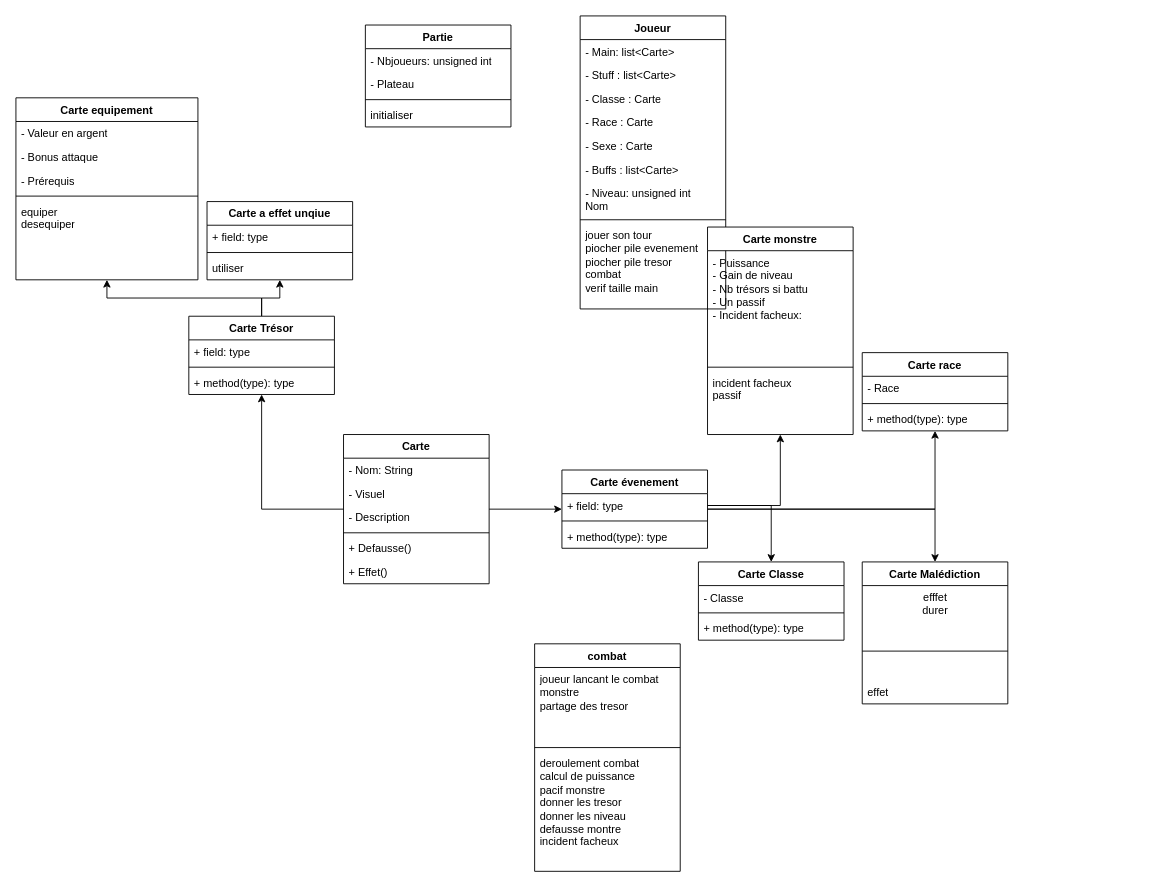
hugoallaine/AP4B_Project keeps this draw.io diagram as Diagramme classe.drawio. Above is the earlier version. Source tidied: cells renumbered, new cells numbered last; positions are measured from the earlier drawing's top-left corner, leaving out a move shared by most shapes. Both pictures are drawn from the tidied source at 91%, with x=0, y=0 at pixel (15, 15).
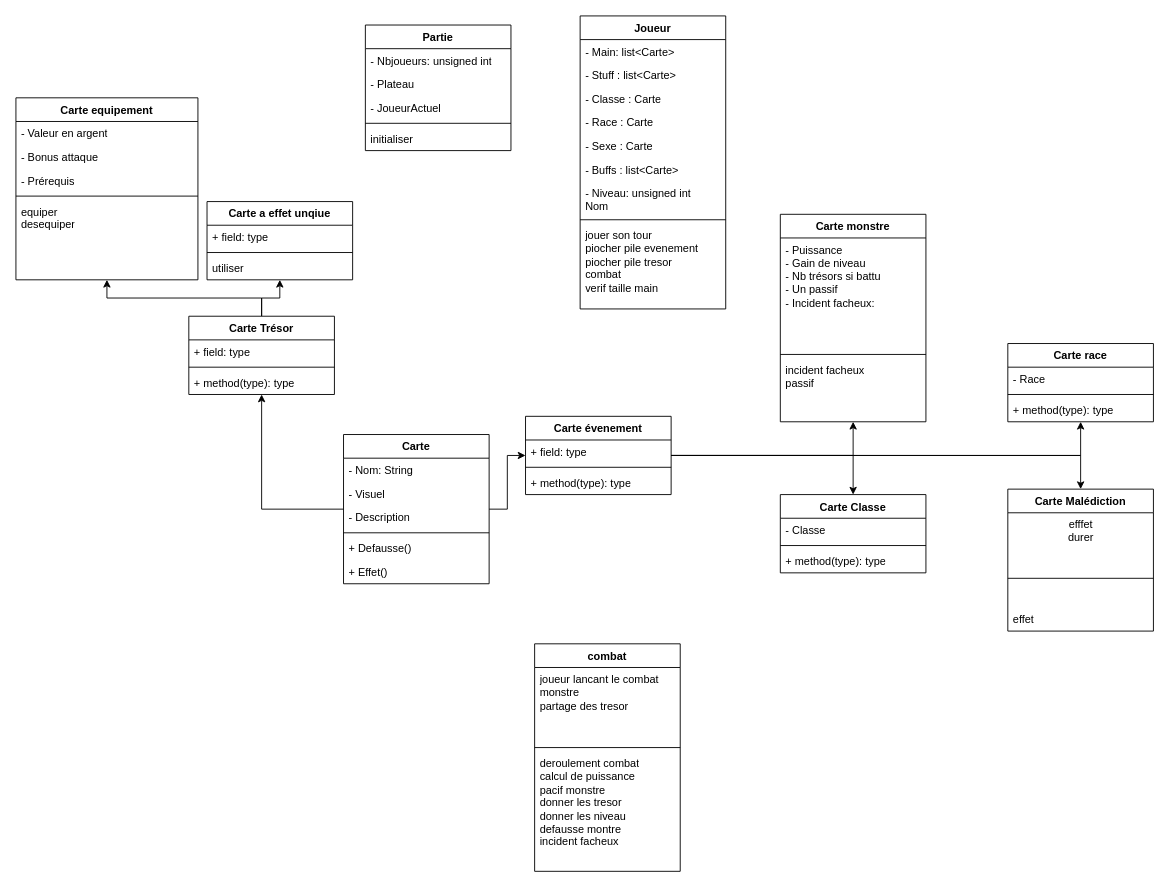
Above is the later version.

The change refers to these unchanged cells:
```xml
<mxCell id="45" value="+ field: type" style="text;strokeColor=none;fillColor=none;align=left;verticalAlign=top;spacingLeft=4;spacingRight=4;overflow=hidden;points=[[0,0.5],[1,0.5]];portConstraint=eastwest;whiteSpace=wrap;html=1;" parent="44" vertex="1">
  <mxGeometry y="26" width="160" height="26" as="geometry" />
</mxCell>
```

The edit, as a diff of the source:
```diff
@@
     <mxCell id="2" value="Partie" style="swimlane;fontStyle=1;align=center;verticalAlign=top;horizontal=1;startSize=26;whiteSpace=wrap;html=1;" parent="1" vertex="1">
-      <mxGeometry x="384" y="10" width="160" height="112" as="geometry" />
+      <mxGeometry x="384" y="10" width="160" height="138" as="geometry" />
     </mxCell>
@@
+    <mxCell id="70" value="- JoueurActuel" style="text;strokeColor=none;fillColor=none;align=left;verticalAlign=top;spacingLeft=4;spacingRight=4;overflow=hidden;whiteSpace=wrap;html=1;" parent="2" vertex="1">
+      <mxGeometry y="78" width="160" height="26" as="geometry" />
+    </mxCell>
     <mxCell id="5" style="line;strokeWidth=1;fillColor=none;align=left;verticalAlign=middle;spacingTop=-1;spacingLeft=3;spacingRight=3;labelPosition=right;strokeColor=inherit;" parent="2" vertex="1">
-      <mxGeometry y="78" width="160" height="8" as="geometry" />
+      <mxGeometry y="104" width="160" height="8" as="geometry" />
     </mxCell>
     <mxCell id="6" value="&lt;div&gt;initialiser&lt;/div&gt;&lt;div&gt;&lt;br&gt;&lt;/div&gt;" style="text;strokeColor=none;fillColor=none;align=left;verticalAlign=top;spacingLeft=4;spacingRight=4;overflow=hidden;whiteSpace=wrap;html=1;" parent="2" vertex="1">
-      <mxGeometry y="86" width="160" height="26" as="geometry" />
+      <mxGeometry y="112" width="160" height="26" as="geometry" />
     </mxCell>
@@
+    <mxCell id="71" style="edgeStyle=orthogonalEdgeStyle;rounded=0;jettySize=auto;html=1;entryX=0.5;entryY=0;entryDx=0;entryDy=0;" parent="1" edge="1" source="44" target="56">
+      <mxGeometry relative="1" as="geometry" />
+    </mxCell>
+    <mxCell id="72" style="edgeStyle=orthogonalEdgeStyle;rounded=0;jettySize=auto;html=1;" parent="1" edge="1" source="44" target="48">
+      <mxGeometry relative="1" as="geometry">
+        <Array as="points">
+          <mxPoint x="920" y="483" />
+        </Array>
+      </mxGeometry>
+    </mxCell>
+    <mxCell id="43" style="edgeStyle=orthogonalEdgeStyle;rounded=0;jettySize=auto;html=1;" parent="1" edge="1" source="44" target="60">
+      <mxGeometry relative="1" as="geometry">
+        <Array as="points">
+          <mxPoint x="1170" y="483" />
+        </Array>
+      </mxGeometry>
+    </mxCell>
     <mxCell id="42" style="edgeStyle=orthogonalEdgeStyle;rounded=0;jettySize=auto;html=1;" parent="1" edge="1" source="44" target="52">
-      <mxGeometry relative="1" as="geometry" />
+      <mxGeometry relative="1" as="geometry">
+        <Array as="points">
+          <mxPoint x="1170" y="483" />
+        </Array>
+      </mxGeometry>
     </mxCell>
-    <mxCell id="43" style="edgeStyle=orthogonalEdgeStyle;rounded=0;jettySize=auto;html=1;" parent="1" edge="1" source="44" target="60">
-      <mxGeometry relative="1" as="geometry" />
-    </mxCell>
     <mxCell id="44" value="Carte évenement" style="swimlane;fontStyle=1;align=center;verticalAlign=top;horizontal=1;startSize=26;whiteSpace=wrap;html=1;" parent="1" vertex="1">
-      <mxGeometry x="600" y="499" width="160" height="86" as="geometry" />
+      <mxGeometry x="560" y="440" width="160" height="86" as="geometry" />
     </mxCell>
@@
     <mxCell id="48" value="Carte monstre" style="swimlane;fontStyle=1;align=center;verticalAlign=top;horizontal=1;startSize=26;whiteSpace=wrap;html=1;" parent="1" vertex="1">
-      <mxGeometry x="760" y="232" width="160" height="228" as="geometry" />
+      <mxGeometry x="840" y="218" width="160" height="228" as="geometry" />
     </mxCell>
@@
     <mxCell id="52" value="Carte Malédiction" style="swimlane;fontStyle=1;align=center;verticalAlign=top;horizontal=1;startSize=26;whiteSpace=wrap;html=1;" parent="1" vertex="1">
-      <mxGeometry x="930" y="600" width="160" height="156" as="geometry" />
+      <mxGeometry x="1090" y="520" width="160" height="156" as="geometry" />
     </mxCell>
@@
     <mxCell id="56" value="Carte Classe" style="swimlane;fontStyle=1;align=center;verticalAlign=top;horizontal=1;startSize=26;whiteSpace=wrap;html=1;" parent="1" vertex="1">
-      <mxGeometry x="750" y="600" width="160" height="86" as="geometry" />
+      <mxGeometry x="840" y="526" width="160" height="86" as="geometry" />
     </mxCell>
@@
     <mxCell id="60" value="Carte race" style="swimlane;fontStyle=1;align=center;verticalAlign=top;horizontal=1;startSize=26;whiteSpace=wrap;html=1;" parent="1" vertex="1">
-      <mxGeometry x="930" y="370" width="160" height="86" as="geometry" />
+      <mxGeometry x="1090" y="360" width="160" height="86" as="geometry" />
     </mxCell>
@@
-    <mxCell id="64" style="edgeStyle=orthogonalEdgeStyle;rounded=0;jettySize=auto;html=1;" parent="1" edge="1" source="45" target="56">
-      <mxGeometry relative="1" as="geometry" />
-    </mxCell>
-    <mxCell id="65" style="edgeStyle=orthogonalEdgeStyle;rounded=0;jettySize=auto;html=1;" parent="1" edge="1" source="45" target="48">
-      <mxGeometry relative="1" as="geometry" />
-    </mxCell>
```
